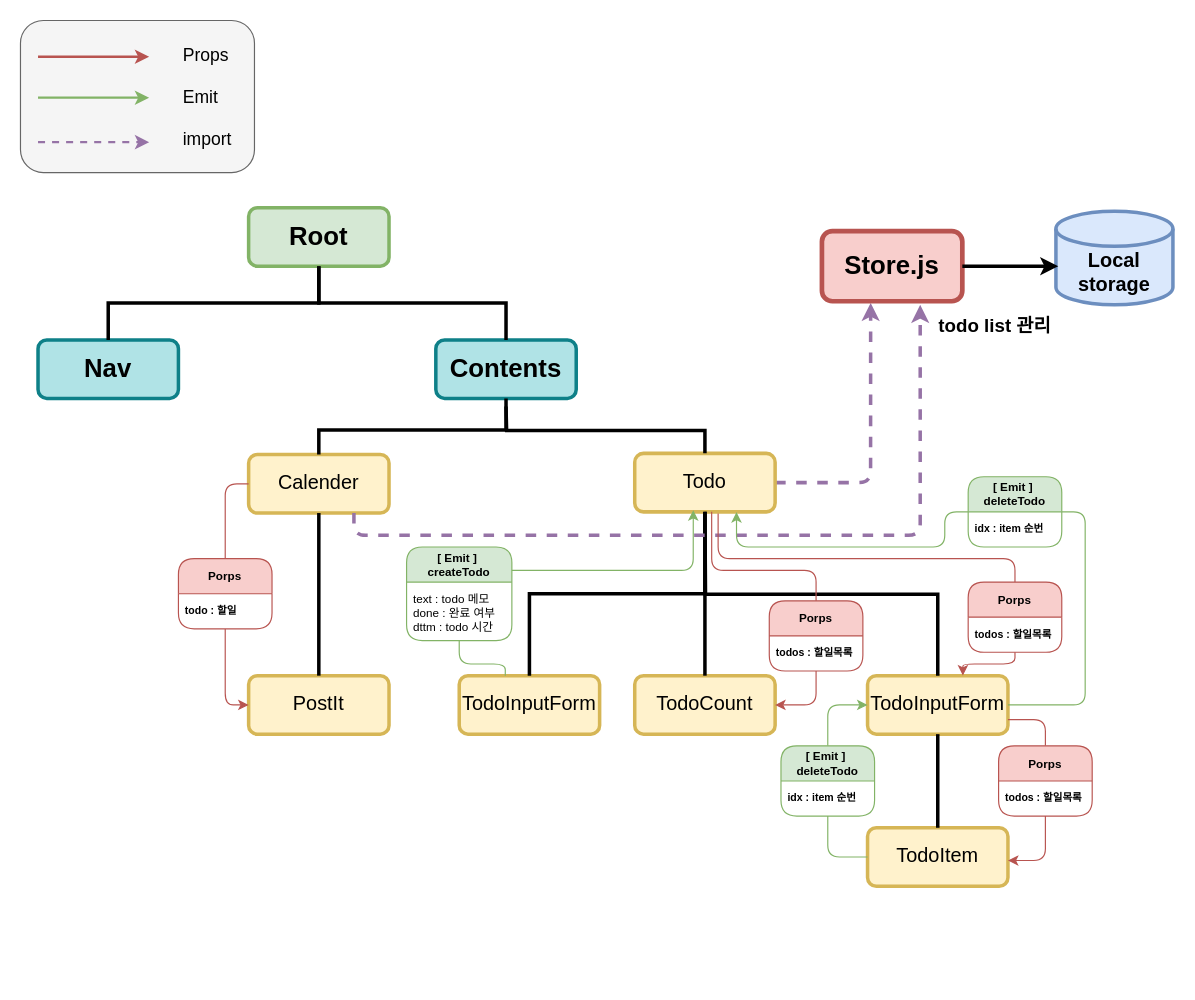
This is 컴포넌트 다이어그램.drawio from ohchangyeol/vue-todo-server, a draw.io file, before an edit. Source tidied: cells renumbered, new cells numbered last; positions are measured from the earlier drawing's top-left corner, leaving out a move shared by most shapes. Both pictures are drawn from the tidied source at 117%, with x=0, y=0 at pixel (20, 20).
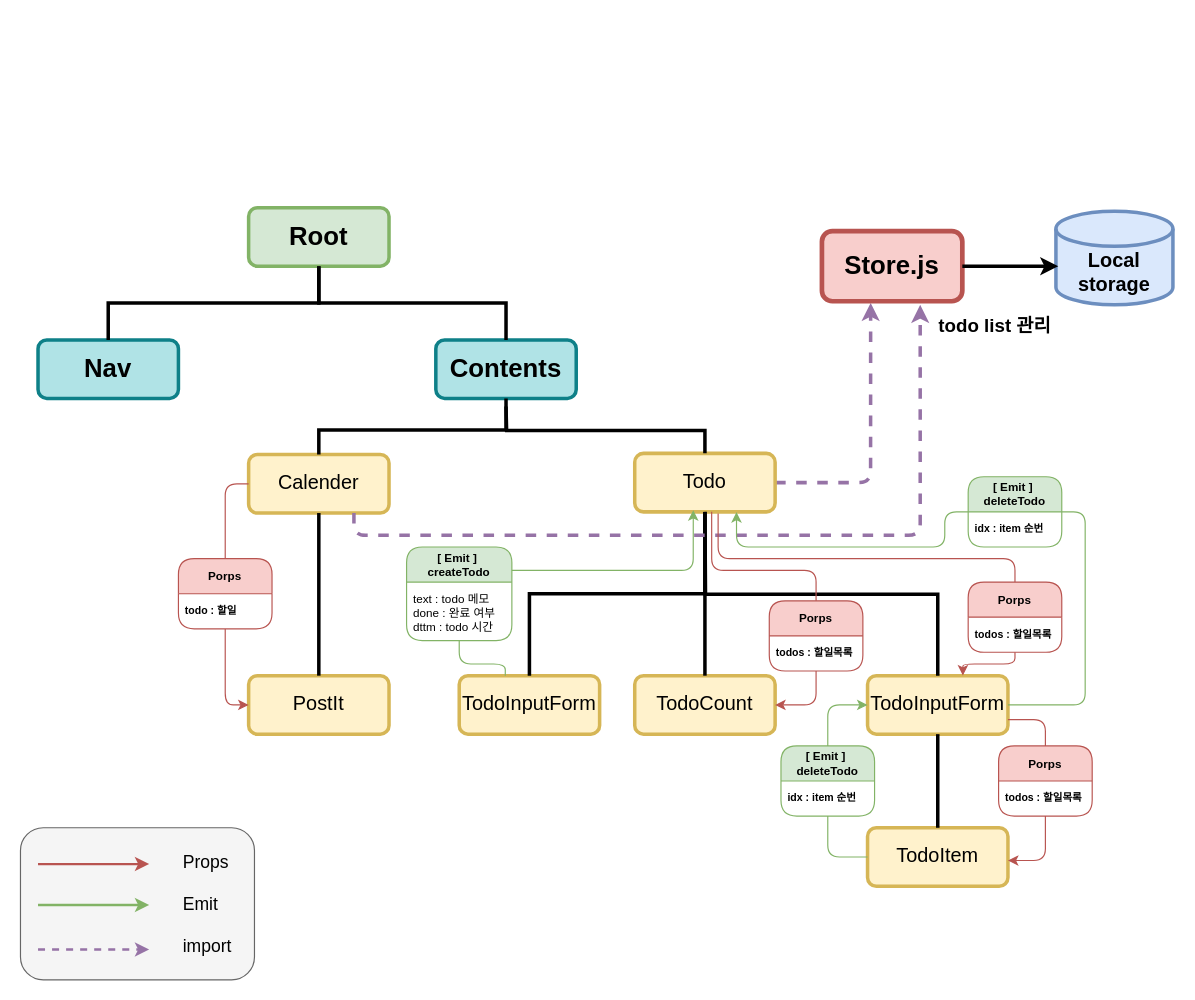
After the change.

Commit message (it also covers changes not shown here):
컴포넌트 다이어그램.drawio 업데이트

The edit, as a diff of the source:
```diff
@@
-    <mxCell id="27" style="rounded=1;whiteSpace=wrap;html=1;fillColor=#f5f5f5;strokeWidth=1;fontColor=#333333;strokeColor=#666666;" parent="1" vertex="1">
-      <mxGeometry width="200" height="130" as="geometry" />
-    </mxCell>
@@
+    <mxCell id="61" style="group;" parent="1" vertex="1">
+      <mxGeometry y="690" width="200" height="130" as="geometry" />
+    </mxCell>
+    <mxCell id="27" style="rounded=1;whiteSpace=wrap;html=1;fillColor=#f5f5f5;strokeWidth=1;fontColor=#333333;strokeColor=#666666;" parent="61" vertex="1">
+      <mxGeometry width="200" height="130" as="geometry" />
+    </mxCell>
-    <mxCell id="57" style="endArrow=classic;html=1;rounded=0;fontFamily=Helvetica;fontSize=9;fontColor=default;entryX=0.453;entryY=0.294;entryDx=0;entryDy=0;entryPerimeter=0;strokeWidth=2;fillColor=#f8cecc;strokeColor=#b85450;" parent="1" edge="1">
+    <mxCell id="57" style="endArrow=classic;html=1;rounded=0;fontFamily=Helvetica;fontSize=9;fontColor=default;entryX=0.453;entryY=0.294;entryDx=0;entryDy=0;entryPerimeter=0;strokeWidth=2;fillColor=#f8cecc;strokeColor=#b85450;" parent="61" edge="1">
       <mxGeometry relative="1" as="geometry">
         <mxPoint x="15" y="31" as="sourcePoint" />
         <mxPoint x="110" y="31" as="targetPoint" />
       </mxGeometry>
     </mxCell>
-    <mxCell id="58" style="endArrow=classic;html=1;rounded=0;fontFamily=Helvetica;fontSize=9;fontColor=default;entryX=0.453;entryY=0.294;entryDx=0;entryDy=0;entryPerimeter=0;strokeWidth=2;fillColor=#d5e8d4;strokeColor=#82b366;" parent="1" edge="1">
+    <mxCell id="58" style="endArrow=classic;html=1;rounded=0;fontFamily=Helvetica;fontSize=9;fontColor=default;entryX=0.453;entryY=0.294;entryDx=0;entryDy=0;entryPerimeter=0;strokeWidth=2;fillColor=#d5e8d4;strokeColor=#82b366;" parent="61" edge="1">
       <mxGeometry relative="1" as="geometry">
         <mxPoint x="15" y="66" as="sourcePoint" />
         <mxPoint x="110" y="66" as="targetPoint" />
       </mxGeometry>
     </mxCell>
-    <mxCell id="59" style="endArrow=classic;html=1;rounded=0;fontFamily=Helvetica;fontSize=9;fontColor=default;entryX=0.453;entryY=0.294;entryDx=0;entryDy=0;entryPerimeter=0;strokeWidth=2;dashed=1;fillColor=#e1d5e7;strokeColor=#9673a6;" parent="1" edge="1">
+    <mxCell id="59" style="endArrow=classic;html=1;rounded=0;fontFamily=Helvetica;fontSize=9;fontColor=default;entryX=0.453;entryY=0.294;entryDx=0;entryDy=0;entryPerimeter=0;strokeWidth=2;dashed=1;fillColor=#e1d5e7;strokeColor=#9673a6;" parent="61" edge="1">
       <mxGeometry relative="1" as="geometry">
         <mxPoint x="15" y="104" as="sourcePoint" />
         <mxPoint x="110" y="104" as="targetPoint" />
       </mxGeometry>
     </mxCell>
-    <mxCell id="60" value="&lt;div style=&quot;text-align: left; font-size: 15px;&quot;&gt;&lt;span style=&quot;background-color: initial;&quot;&gt;&lt;font style=&quot;font-size: 15px;&quot;&gt;Props&lt;/font&gt;&lt;/span&gt;&lt;/div&gt;&lt;div style=&quot;text-align: left; font-size: 15px;&quot;&gt;&lt;span style=&quot;background-color: initial;&quot;&gt;&lt;font style=&quot;font-size: 15px;&quot;&gt;&lt;br&gt;&lt;/font&gt;&lt;/span&gt;&lt;/div&gt;&lt;div style=&quot;text-align: left; font-size: 15px;&quot;&gt;&lt;span style=&quot;background-color: initial;&quot;&gt;&lt;font style=&quot;font-size: 15px;&quot;&gt;Emit&amp;nbsp;&lt;/font&gt;&lt;/span&gt;&lt;/div&gt;&lt;div style=&quot;text-align: left; font-size: 15px;&quot;&gt;&lt;span style=&quot;background-color: initial;&quot;&gt;&lt;font style=&quot;font-size: 15px;&quot;&gt;&lt;br&gt;&lt;/font&gt;&lt;/span&gt;&lt;/div&gt;&lt;div style=&quot;text-align: left; font-size: 15px;&quot;&gt;&lt;span style=&quot;background-color: initial;&quot;&gt;&lt;font style=&quot;font-size: 15px;&quot;&gt;import&lt;/font&gt;&lt;/span&gt;&lt;/div&gt;" style="text;html=1;strokeColor=none;fillColor=none;align=center;verticalAlign=middle;whiteSpace=wrap;rounded=0;fontSize=9;fontFamily=Helvetica;fontColor=default;" parent="1" vertex="1">
+    <mxCell id="60" value="&lt;div style=&quot;text-align: left; font-size: 15px;&quot;&gt;&lt;span style=&quot;background-color: initial;&quot;&gt;&lt;font style=&quot;font-size: 15px;&quot;&gt;Props&lt;/font&gt;&lt;/span&gt;&lt;/div&gt;&lt;div style=&quot;text-align: left; font-size: 15px;&quot;&gt;&lt;span style=&quot;background-color: initial;&quot;&gt;&lt;font style=&quot;font-size: 15px;&quot;&gt;&lt;br&gt;&lt;/font&gt;&lt;/span&gt;&lt;/div&gt;&lt;div style=&quot;text-align: left; font-size: 15px;&quot;&gt;&lt;span style=&quot;background-color: initial;&quot;&gt;&lt;font style=&quot;font-size: 15px;&quot;&gt;Emit&amp;nbsp;&lt;/font&gt;&lt;/span&gt;&lt;/div&gt;&lt;div style=&quot;text-align: left; font-size: 15px;&quot;&gt;&lt;span style=&quot;background-color: initial;&quot;&gt;&lt;font style=&quot;font-size: 15px;&quot;&gt;&lt;br&gt;&lt;/font&gt;&lt;/span&gt;&lt;/div&gt;&lt;div style=&quot;text-align: left; font-size: 15px;&quot;&gt;&lt;span style=&quot;background-color: initial;&quot;&gt;&lt;font style=&quot;font-size: 15px;&quot;&gt;import&lt;/font&gt;&lt;/span&gt;&lt;/div&gt;" style="text;html=1;strokeColor=none;fillColor=none;align=center;verticalAlign=middle;whiteSpace=wrap;rounded=0;fontSize=9;fontFamily=Helvetica;fontColor=default;" parent="61" vertex="1">
       <mxGeometry x="130" y="15" width="60" height="100" as="geometry" />
     </mxCell>
```
